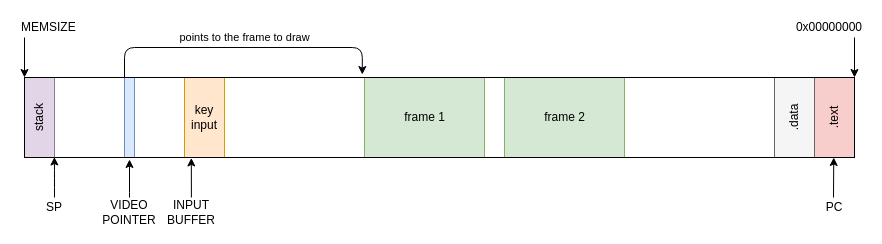
OliverKillane/Arm-11-Group-Project keeps this draw.io diagram as doc/Emulator Video Interface/diagrams/memory layout.drawio. Above is the earlier version. Source tidied: cells renumbered, new cells numbered last; positions are measured from the earlier drawing's top-left corner, leaving out a move shared by most shapes. Both pictures are drawn from the tidied source at 100%, with x=0, y=0 at pixel (19, 17).
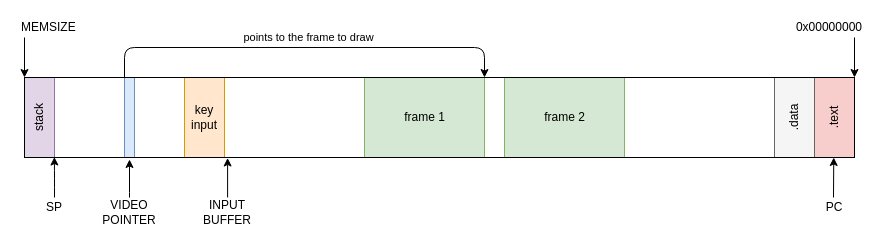
The same diagram, later.

Commit message (it also covers changes not shown here):
small bug fix (video mode not on, emaultor still tries to update output & get keypresses) and updated the memory layout diagram from the extension docs (for emulator)

The change refers to these unchanged cells:
```xml
<mxCell id="4" style="rounded=0;whiteSpace=wrap;html=1;fillColor=#d5e8d4;strokeColor=#82b366;" parent="1" vertex="1">
  <mxGeometry x="345" y="60" width="120" height="80" as="geometry" />
</mxCell>
```

What changed in the source:
```diff
@@
-    <mxCell id="8" value="points to the frame to draw" style="endArrow=classic;html=1;entryX=0.407;entryY=-0.037;entryDx=0;entryDy=0;entryPerimeter=0;edgeStyle=orthogonalEdgeStyle;" parent="1" edge="1" target="26">
+    <mxCell id="8" value="points to the frame to draw" style="endArrow=classic;html=1;edgeStyle=orthogonalEdgeStyle;entryX=1;entryY=0;entryDx=0;entryDy=0;" parent="1" edge="1" target="4">
       <mxGeometry x="0.02" y="10" relative="1" as="geometry">
         <mxPoint x="105" y="60" as="sourcePoint" />
         <Array as="points">
           <mxPoint x="105" y="30" />
-          <mxPoint x="343" y="30" />
+          <mxPoint x="465" y="30" />
         </Array>
       </mxGeometry>
     </mxCell>
@@
-    <mxCell id="17" style="edgeStyle=orthogonalEdgeStyle;rounded=0;jettySize=auto;html=1;exitX=0.5;exitY=0;exitDx=0;exitDy=0;entryX=0.201;entryY=1.006;entryDx=0;entryDy=0;entryPerimeter=0;" parent="1" edge="1" source="18" target="26">
+    <mxCell id="17" style="edgeStyle=orthogonalEdgeStyle;rounded=0;jettySize=auto;html=1;exitX=0.5;exitY=0;exitDx=0;exitDy=0;entryX=0.201;entryY=1.006;entryDx=0;entryDy=0;entryPerimeter=0;" parent="1" edge="1" source="18">
       <mxGeometry relative="1" as="geometry">
+        <mxPoint x="208.1" y="140.5" as="targetPoint" />
         <Array as="points">
-          <mxPoint x="172" y="180" />
-          <mxPoint x="172" y="141" />
+          <mxPoint x="208.2" y="180" />
+          <mxPoint x="208.2" y="141" />
         </Array>
       </mxGeometry>
     </mxCell>
     <mxCell id="18" value="INPUT&lt;br&gt;BUFFER" style="text;html=1;strokeColor=none;fillColor=none;align=center;verticalAlign=middle;whiteSpace=wrap;rounded=0;" parent="1" vertex="1">
-      <mxGeometry x="138.8" y="180" width="66.2" height="30" as="geometry" />
+      <mxGeometry x="175" y="180" width="66.2" height="30" as="geometry" />
     </mxCell>
@@
-    <mxCell id="26" style="rounded=0;whiteSpace=wrap;html=1;fillColor=none;" parent="1" vertex="1">
-      <mxGeometry x="5" y="60" width="830" height="80" as="geometry" />
-    </mxCell>
@@
+    <mxCell id="26" style="rounded=0;whiteSpace=wrap;html=1;fillColor=none;" parent="1" vertex="1">
+      <mxGeometry x="5" y="60" width="830" height="80" as="geometry" />
+    </mxCell>
```
